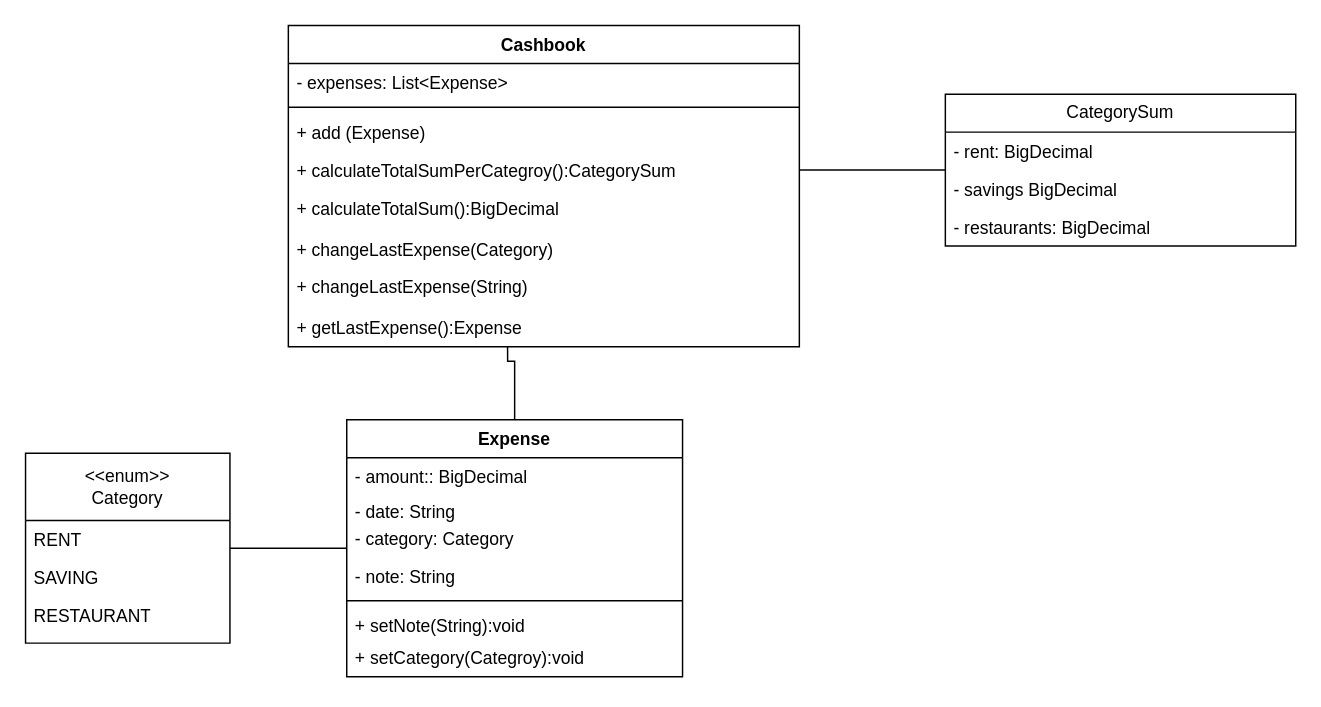
Above: ClassDiagram.drawio in BarbaraSachLackner/CashbookSampleSolution (draw.io), before the change. Source tidied: cells renumbered, new cells numbered last; positions are measured from the earlier drawing's top-left corner, leaving out a move shared by most shapes. Both pictures are drawn from the tidied source at 146%, with x=0, y=0 at pixel (25, 25).
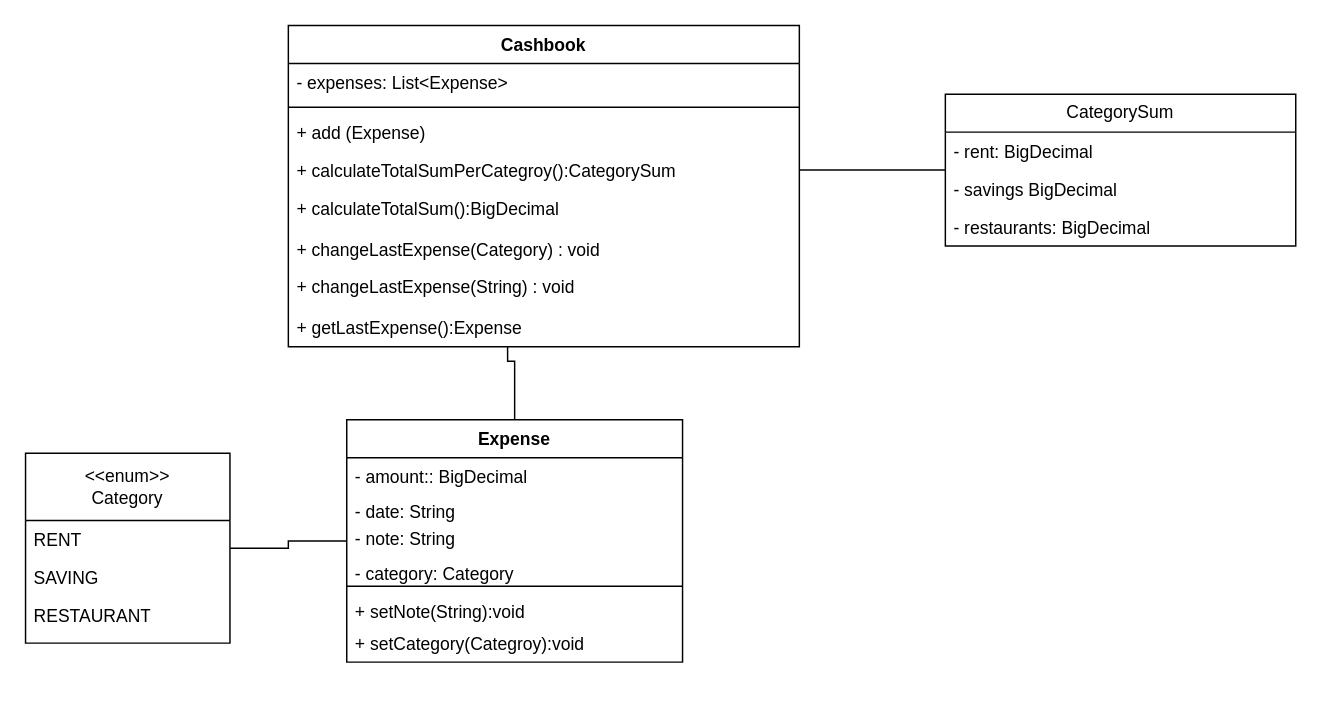
The same page after the edit.

Commit message (it also covers changes not shown here):
added void return types

Unchanged cells that the change refers to:
```xml
<mxCell id="2" value="Cashbook" style="swimlane;fontStyle=1;align=center;verticalAlign=top;horizontal=1;startSize=26;whiteSpace=wrap;html=1;" parent="1" vertex="1">
  <mxGeometry x="180" width="350" height="220" as="geometry" />
</mxCell>
```

Diff of the diagram source:
```diff
@@
-    <mxCell id="5" value="+ add (Expense)" style="text;strokeColor=none;fillColor=none;align=left;verticalAlign=top;spacingLeft=4;spacingRight=4;overflow=hidden;whiteSpace=wrap;html=1;" parent="2" vertex="1">
+    <mxCell id="5" value="+ add (Expense)&amp;nbsp;&lt;br&gt;" style="text;strokeColor=none;fillColor=none;align=left;verticalAlign=top;spacingLeft=4;spacingRight=4;overflow=hidden;whiteSpace=wrap;html=1;" parent="2" vertex="1">
       <mxGeometry y="60" width="350" height="26" as="geometry" />
     </mxCell>
@@
-    <mxCell id="8" value="+ changeLastExpense(Category)" style="text;strokeColor=none;fillColor=none;align=left;verticalAlign=top;spacingLeft=4;spacingRight=4;overflow=hidden;whiteSpace=wrap;html=1;" parent="2" vertex="1">
+    <mxCell id="8" value="+ changeLastExpense(Category) : void" style="text;strokeColor=none;fillColor=none;align=left;verticalAlign=top;spacingLeft=4;spacingRight=4;overflow=hidden;whiteSpace=wrap;html=1;" parent="2" vertex="1">
       <mxGeometry y="140" width="350" height="26" as="geometry" />
     </mxCell>
-    <mxCell id="9" value="+ changeLastExpense(String)&lt;br&gt;" style="text;strokeColor=none;fillColor=none;align=left;verticalAlign=top;spacingLeft=4;spacingRight=4;overflow=hidden;whiteSpace=wrap;html=1;" parent="2" vertex="1">
+    <mxCell id="9" value="+ changeLastExpense(String) : void" style="text;strokeColor=none;fillColor=none;align=left;verticalAlign=top;spacingLeft=4;spacingRight=4;overflow=hidden;whiteSpace=wrap;html=1;" parent="2" vertex="1">
       <mxGeometry y="166" width="350" height="28" as="geometry" />
     </mxCell>
@@
     <mxCell id="21" value="Expense" style="swimlane;fontStyle=1;align=center;verticalAlign=top;horizontal=1;startSize=26;whiteSpace=wrap;html=1;" parent="1" vertex="1">
-      <mxGeometry x="220" y="270" width="230" height="176" as="geometry" />
+      <mxGeometry x="220" y="270" width="230" height="166" as="geometry" />
     </mxCell>
@@
+    <mxCell id="25" value="- note: String" style="text;strokeColor=none;fillColor=none;align=left;verticalAlign=top;spacingLeft=4;spacingRight=4;overflow=hidden;whiteSpace=wrap;html=1;" parent="21" vertex="1">
+      <mxGeometry y="68" width="230" height="24" as="geometry" />
+    </mxCell>
     <mxCell id="24" value="- category: Category" style="text;strokeColor=none;fillColor=none;align=left;verticalAlign=top;spacingLeft=4;spacingRight=4;overflow=hidden;whiteSpace=wrap;html=1;" parent="21" vertex="1">
-      <mxGeometry y="68" width="230" height="26" as="geometry" />
+      <mxGeometry y="92" width="230" height="18" as="geometry" />
     </mxCell>
-    <mxCell id="25" value="- note: String" style="text;strokeColor=none;fillColor=none;align=left;verticalAlign=top;spacingLeft=4;spacingRight=4;overflow=hidden;whiteSpace=wrap;html=1;" parent="21" vertex="1">
-      <mxGeometry y="94" width="230" height="26" as="geometry" />
-    </mxCell>
     <mxCell id="26" style="line;strokeWidth=1;fillColor=none;align=left;verticalAlign=middle;spacingTop=-1;spacingLeft=3;spacingRight=3;labelPosition=right;strokeColor=inherit;" parent="21" vertex="1">
-      <mxGeometry y="120" width="230" height="8" as="geometry" />
+      <mxGeometry y="110" width="230" height="8" as="geometry" />
     </mxCell>
     <mxCell id="27" value="+ setNote(String):void" style="text;strokeColor=none;fillColor=none;align=left;verticalAlign=top;spacingLeft=4;spacingRight=4;overflow=hidden;whiteSpace=wrap;html=1;" parent="21" vertex="1">
-      <mxGeometry y="128" width="230" height="22" as="geometry" />
+      <mxGeometry y="118" width="230" height="22" as="geometry" />
     </mxCell>
     <mxCell id="28" value="+ setCategory(Categroy):void" style="text;strokeColor=none;fillColor=none;align=left;verticalAlign=top;spacingLeft=4;spacingRight=4;overflow=hidden;whiteSpace=wrap;html=1;" parent="21" vertex="1">
-      <mxGeometry y="150" width="230" height="26" as="geometry" />
+      <mxGeometry y="140" width="230" height="26" as="geometry" />
     </mxCell>
```
